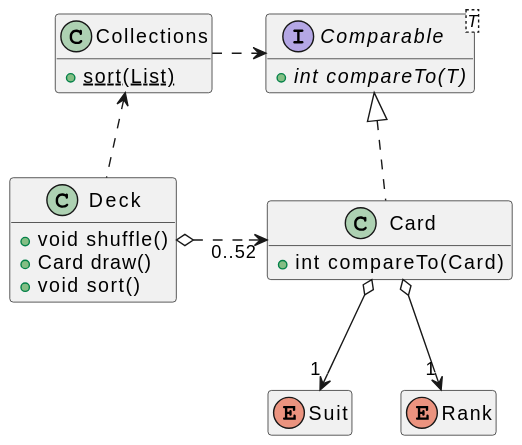
MarcoBuster/sweng keeps this PlantUML diagram as assets/11_UML-base.svg. Above is the earlier version.
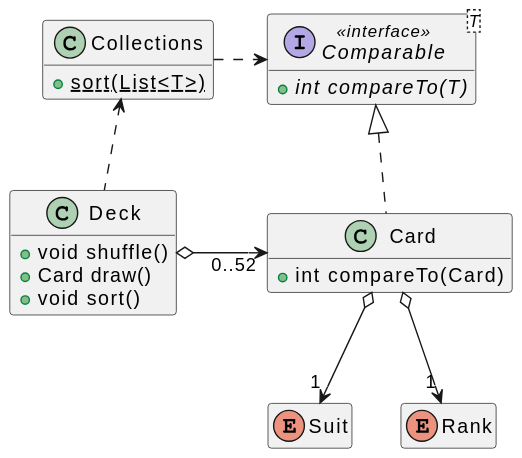
After the commit.

Commit message:
Fix base UML diagram

Change to the diagram source:
```diff
@@ -2,20 +2,24 @@
 hide empty methods
 hide empty fields
 together {
-    enum  Suit
-    enum  Rank
+enum  Suit
+enum  Rank
 }
-interface  Comparable <T>
+
+interface  Comparable<T> <<interface>>
 Card .up.|> Comparable
 Comparable : + {abstract} int compareTo(T)
 Card : +  int compareTo(Card)
+
 Collections .> Comparable
-Collections : + {static} sort(List)
+Collections : + {static} sort(List<T>)
+
 Deck .up.> Collections
 Deck : + void shuffle()
 Deck : + Card draw()
 Deck : + void sort()
-Deck o.> "0..52" Card : "       "
+Deck o-> "0..52" Card : "       "
+
 Card o--> "1" Suit
 Card o--> "1" Rank
 @enduml
```
